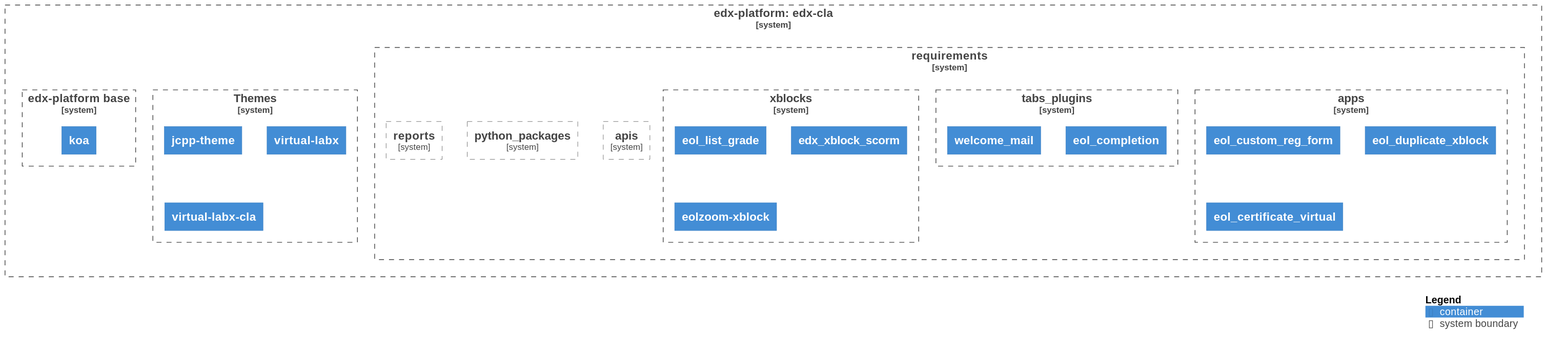
Above: diagrams/diagram.svg in eol-virtuallabx/virtuallabx-edx (PlantUML), before the change.
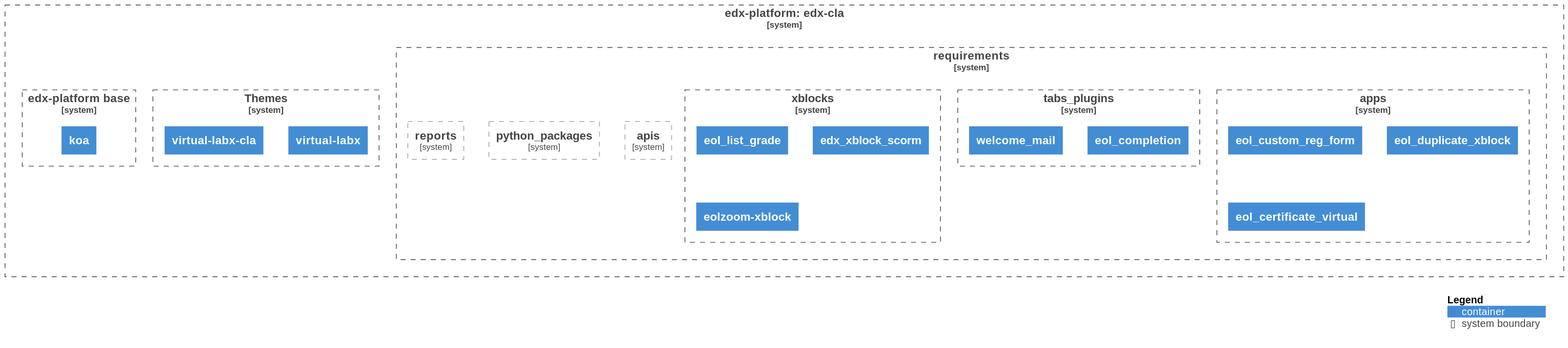
Above is the later version.

Commit message:
chore: Auto-generate UML diagram

Diff of the diagram source:
```diff
@@ -51,11 +51,9 @@
 
     System_Boundary(theme, "Themes", $link="https://github.com/eol-uchile/edx-cla/blob/vlabx-release/koa/themes/") {
 
-            Container(theme1, "jcpp-theme", $link="https://github.com/eol-uchile/jcpp-edx-theme")
+            Container(theme1, "virtual-labx", $link="https://github.com/eol-uchile/virtual-labx-cla-old-theme")
 
-            Container(theme2, "virtual-labx", $link="https://github.com/eol-uchile/virtual-labx-cla-old-theme")
-
-            Container(theme3, "virtual-labx-cla", $link="https://github.com/eol-uchile/virtual-labx-cla-theme")
+            Container(theme2, "virtual-labx-cla", $link="https://github.com/eol-uchile/virtual-labx-cla-theme")
 
     }
 
```
